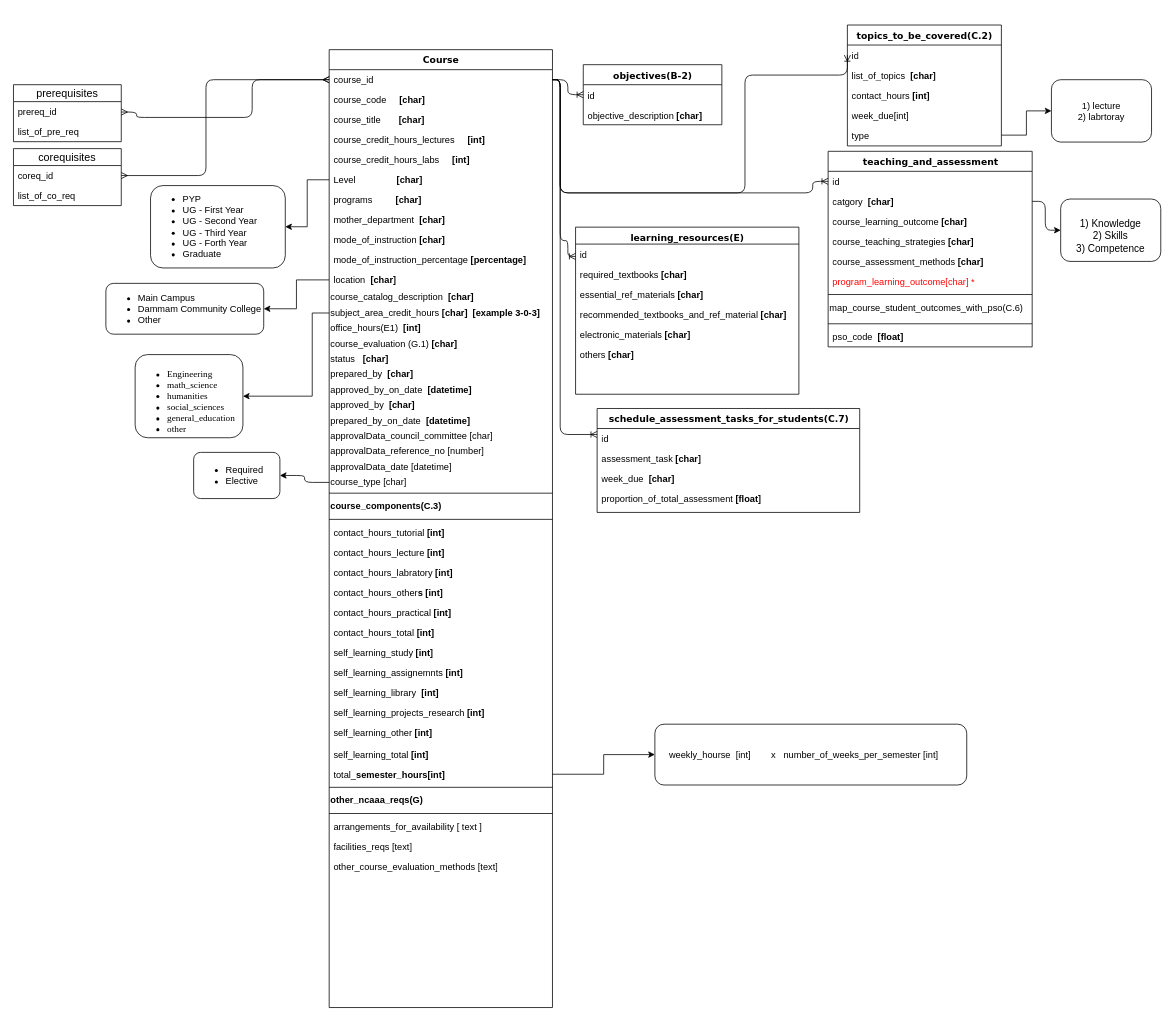
Before: docs/resources/Course_DM.drawio in jsilver83/course-specifications, a draw.io diagram. Source tidied: cells renumbered, new cells numbered last; positions are measured from the earlier drawing's top-left corner, leaving out a move shared by most shapes. Both pictures are drawn from the tidied source at 77%, with x=0, y=0 at pixel (13, 25).
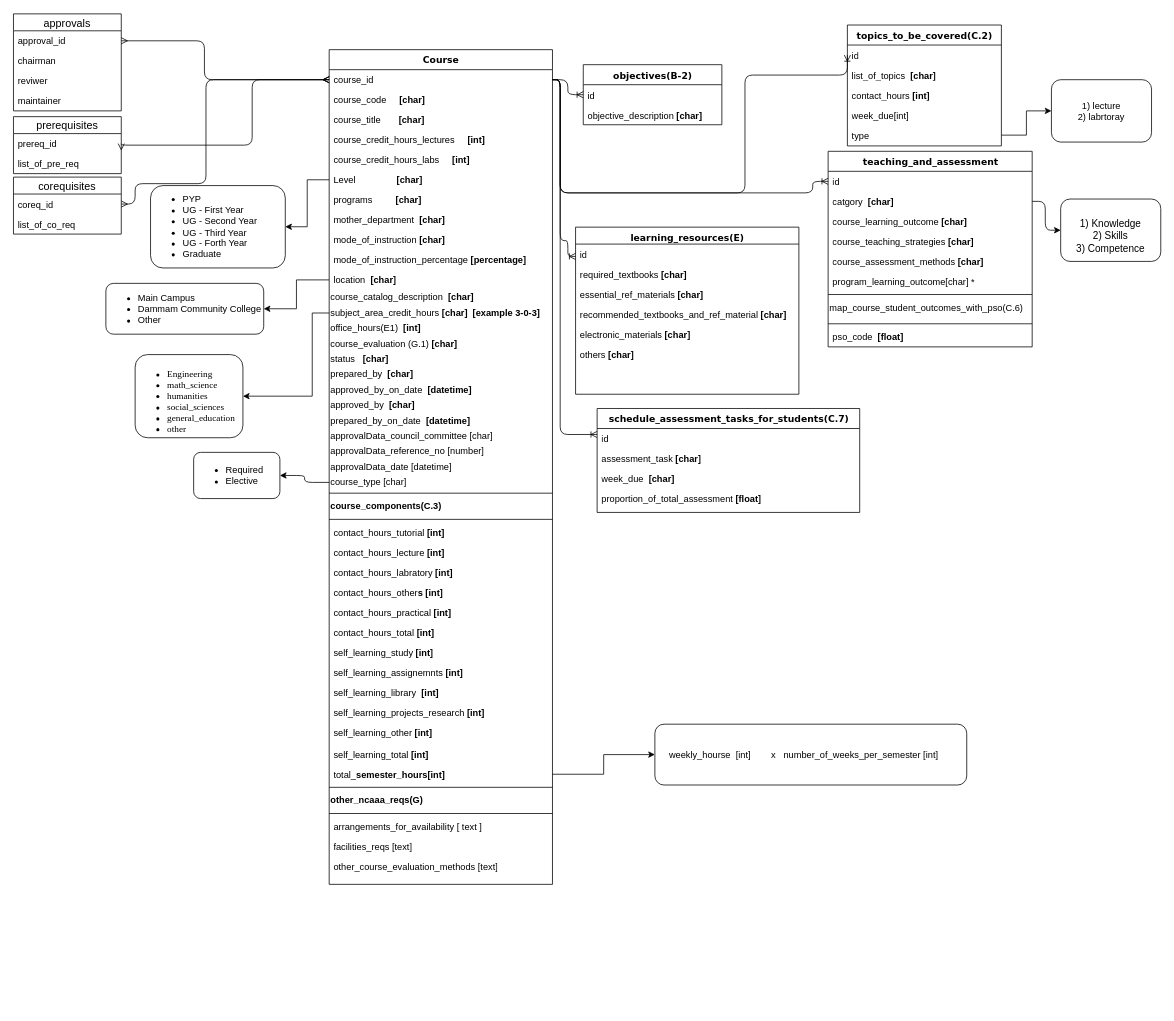
Above is the later version.

Unchanged cells that the change refers to:
```xml
<mxCell id="9" value="course_id" style="text;html=1;strokeColor=none;fillColor=none;align=left;verticalAlign=top;spacingLeft=4;spacingRight=4;whiteSpace=wrap;overflow=hidden;points=[[0,0.5],[1,0.5]];portConstraint=eastwest;" parent="8" vertex="1">
  <mxGeometry y="26" width="290" height="26" as="geometry" />
</mxCell>
<mxCell id="60" value="teaching_and_assessment" style="swimlane;html=1;fontStyle=1;align=center;verticalAlign=top;horizontal=1;startSize=26;swimlaneFillColor=#ffffff;rounded=0;shadow=0;comic=0;labelBackgroundColor=none;strokeColor=#000000;strokeWidth=1;fillColor=none;fontFamily=Verdana;fontSize=12;fontColor=#000000;" parent="1" vertex="1">
  <mxGeometry x="1058" y="164" width="265" height="254" as="geometry" />
</mxCell>
<mxCell id="93" value="prereq_id" style="text;strokeColor=none;fillColor=none;spacingLeft=4;spacingRight=4;overflow=hidden;points=[[0,0.5],[1,0.5]];portConstraint=eastwest;fontSize=12;" parent="92" vertex="1">
  <mxGeometry y="22" width="140" height="26" as="geometry" />
</mxCell>
<mxCell id="97" value="coreq_id" style="text;strokeColor=none;fillColor=none;spacingLeft=4;spacingRight=4;overflow=hidden;points=[[0,0.5],[1,0.5]];portConstraint=eastwest;fontSize=12;" parent="96" vertex="1">
  <mxGeometry y="22" width="140" height="26" as="geometry" />
</mxCell>
```

The edit, as a diff of the source:
```diff
@@
     <mxCell id="8" value="Course" style="swimlane;html=1;fontStyle=1;align=center;verticalAlign=top;horizontal=1;startSize=26;swimlaneFillColor=#ffffff;rounded=0;shadow=0;comic=0;labelBackgroundColor=none;strokeColor=#000000;strokeWidth=1;fillColor=none;fontFamily=Verdana;fontSize=12;fontColor=#000000;" parent="1" vertex="1">
-      <mxGeometry x="410" y="32" width="290" height="1244" as="geometry" />
+      <mxGeometry x="410" y="32" width="290" height="1084" as="geometry" />
     </mxCell>
@@
-    <mxCell id="66" value="program_learning_outcome[char] *" style="text;html=1;align=left;verticalAlign=top;spacingLeft=4;spacingRight=4;whiteSpace=wrap;overflow=hidden;fontColor=#FF0303;" parent="60" vertex="1">
+    <mxCell id="66" value="program_learning_outcome[char] *" style="text;html=1;align=left;verticalAlign=top;spacingLeft=4;spacingRight=4;whiteSpace=wrap;overflow=hidden;fontColor=#000000;" parent="60" vertex="1">
       <mxGeometry y="156" width="265" height="26" as="geometry" />
     </mxCell>
@@
     <mxCell id="92" value="prerequisites" style="swimlane;fontStyle=0;horizontal=1;startSize=22;fillColor=none;swimlaneFillColor=#ffffff;align=center;fontSize=14;" parent="1" vertex="1">
-      <mxGeometry y="77.5" width="140" height="74" as="geometry" />
+      <mxGeometry y="119" width="140" height="74" as="geometry" />
     </mxCell>
@@
-    <mxCell id="95" style="edgeStyle=orthogonalEdgeStyle;fontSize=12;html=1;endArrow=ERmany;startArrow=ERmany;entryX=0;entryY=0.5;entryDx=0;entryDy=0;" parent="1" edge="1" target="9">
+    <mxCell id="95" style="edgeStyle=orthogonalEdgeStyle;fontSize=12;html=1;endArrow=ERmany;startArrow=ERmany;entryX=0;entryY=0.5;entryDx=0;entryDy=0;exitX=1;exitY=0.5;exitDx=0;exitDy=0;" parent="1" edge="1" source="93" target="9">
       <mxGeometry relative="1" as="geometry">
-        <mxPoint x="140" y="113" as="sourcePoint" />
         <Array as="points">
-          <mxPoint x="160" y="113" />
-          <mxPoint x="160" y="120" />
-          <mxPoint x="310" y="120" />
+          <mxPoint x="140" y="156" />
+          <mxPoint x="310" y="156" />
           <mxPoint x="310" y="71" />
         </Array>
       </mxGeometry>
     </mxCell>
     <mxCell id="96" value="corequisites" style="swimlane;fontStyle=0;horizontal=1;startSize=22;fillColor=none;swimlaneFillColor=#ffffff;align=center;fontSize=14;" parent="1" vertex="1">
-      <mxGeometry y="160.5" width="140" height="74" as="geometry" />
+      <mxGeometry y="197.5" width="140" height="74" as="geometry" />
     </mxCell>
@@
     <mxCell id="99" style="edgeStyle=orthogonalEdgeStyle;fontSize=12;html=1;endArrow=ERmany;startArrow=ERmany;exitX=1;exitY=0.5;exitDx=0;exitDy=0;entryX=0;entryY=0.5;entryDx=0;entryDy=0;" parent="1" edge="1" source="97" target="9">
       <mxGeometry relative="1" as="geometry">
         <Array as="points">
-          <mxPoint x="250" y="196" />
+          <mxPoint x="158" y="233" />
+          <mxPoint x="158" y="206" />
+          <mxPoint x="250" y="206" />
           <mxPoint x="250" y="71" />
         </Array>
       </mxGeometry>
     </mxCell>
@@
+    <mxCell id="108" value="approvals" style="swimlane;fontStyle=0;horizontal=1;startSize=22;fillColor=none;swimlaneFillColor=#ffffff;align=center;fontSize=14;" parent="1" vertex="1">
+      <mxGeometry y="-14.5" width="140" height="126" as="geometry" />
+    </mxCell>
+    <mxCell id="109" value="approval_id" style="text;strokeColor=none;fillColor=none;spacingLeft=4;spacingRight=4;overflow=hidden;points=[[0,0.5],[1,0.5]];portConstraint=eastwest;fontSize=12;" parent="108" vertex="1">
+      <mxGeometry y="22" width="140" height="26" as="geometry" />
+    </mxCell>
+    <mxCell id="110" value="chairman" style="text;strokeColor=none;fillColor=none;spacingLeft=4;spacingRight=4;overflow=hidden;fontSize=12;" parent="108" vertex="1">
+      <mxGeometry y="48" width="140" height="26" as="geometry" />
+    </mxCell>
+    <mxCell id="111" value="reviwer" style="text;strokeColor=none;fillColor=none;spacingLeft=4;spacingRight=4;overflow=hidden;fontSize=12;" parent="108" vertex="1">
+      <mxGeometry y="74" width="140" height="26" as="geometry" />
+    </mxCell>
+    <mxCell id="112" value="maintainer" style="text;strokeColor=none;fillColor=none;spacingLeft=4;spacingRight=4;overflow=hidden;fontSize=12;" parent="108" vertex="1">
+      <mxGeometry y="100" width="140" height="26" as="geometry" />
+    </mxCell>
+    <mxCell id="113" style="edgeStyle=orthogonalEdgeStyle;fontSize=12;html=1;endArrow=ERmany;startArrow=ERmany;exitX=1;exitY=0.5;exitDx=0;exitDy=0;entryX=0;entryY=0.5;entryDx=0;entryDy=0;" parent="1" edge="1" source="109" target="9">
+      <mxGeometry relative="1" as="geometry">
+        <Array as="points">
+          <mxPoint x="248" y="21" />
+          <mxPoint x="248" y="71" />
+        </Array>
+      </mxGeometry>
+    </mxCell>
```
